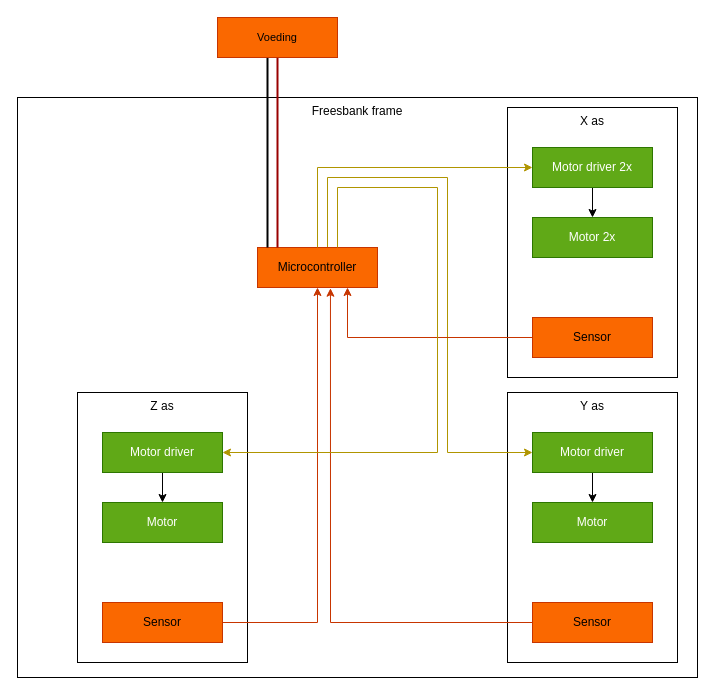
This is page "Page-11" (11 of 11) of documentatie/bronnen/diagrams.drawio from OlafGoud/Freesbank, a draw.io file, before an edit. Source tidied: cells renumbered, new cells numbered last; positions are measured from the earlier drawing's top-left corner, leaving out a move shared by most shapes. Both pictures are drawn from the tidied source at 100%, with x=0, y=0 at pixel (17, 17).
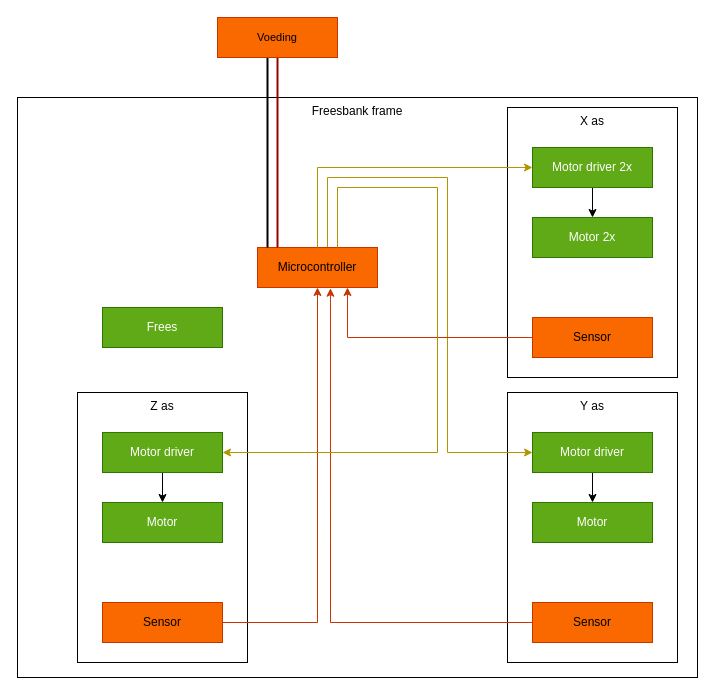
Above is the later version.

What changed in the source:
```diff
@@
+    <mxCell id="28" value="Frees" style="rounded=0;whiteSpace=wrap;html=1;fillColor=#60a917;fontColor=#ffffff;strokeColor=#2D7600;" parent="1" vertex="1">
+      <mxGeometry x="85" y="290" width="120" height="40" as="geometry" />
+    </mxCell>
```
